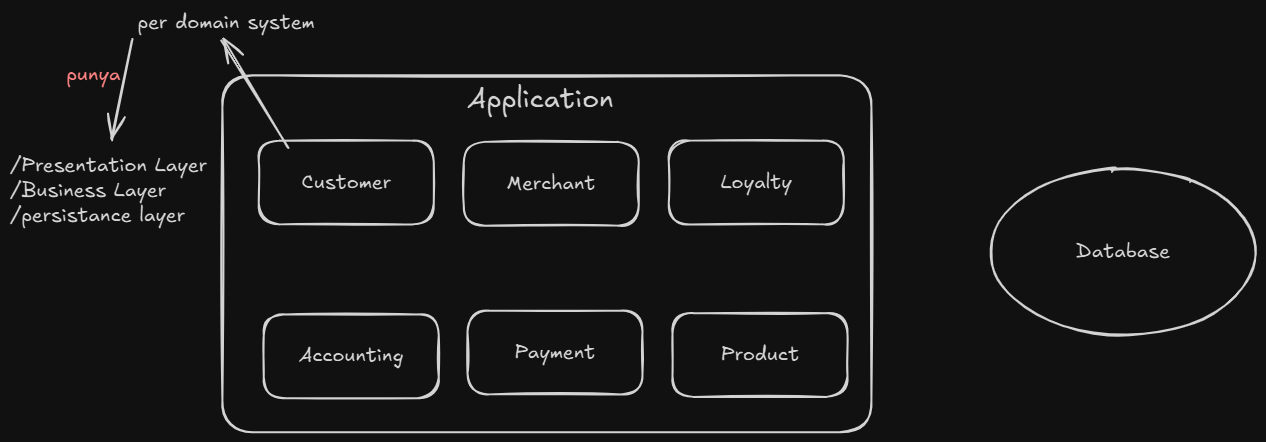
Before: DOMAIN-PARTIONING.excalidraw.png, a diagram exported from Excalidraw (RIOKOWI/software-architecture). Source tidied: one line per element, renumbered; positions are measured from the earlier drawing's top-left corner, leaving out a move shared by most shapes.
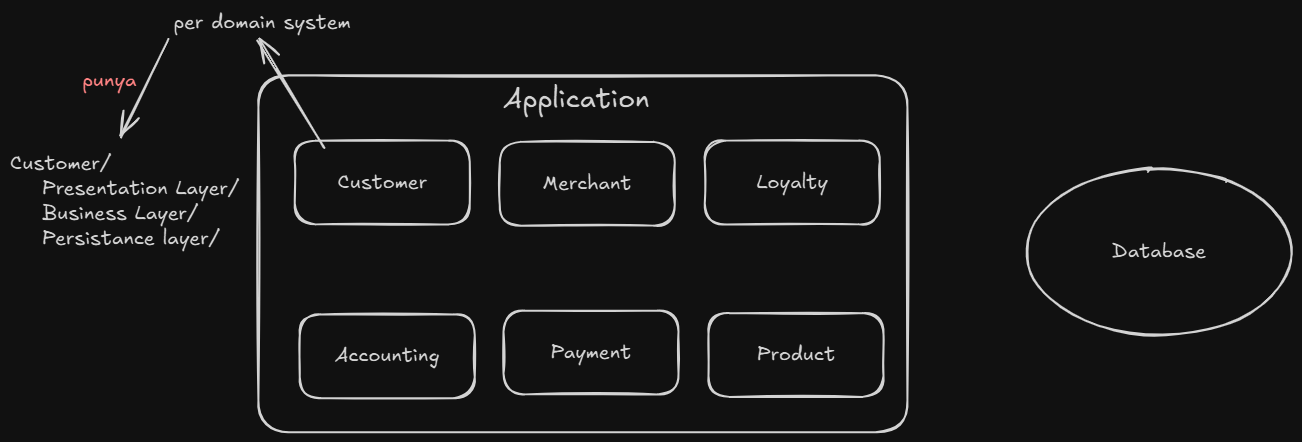
After the change.

Commit message:
docs(layered architecture): drawing layered architecture

The edit, as a diff of the source:
```diff
@@ -16,6 +16,6 @@
 {"id": 15, "type": "text", "text": "Accounting", "strokeColor": "#1e1e1e", "strokeWidth": 2, "roughness": 1, "fontSize": 20, "fontFamily": 5, "textAlign": "center", "verticalAlign": "middle", "inside": 14, "x": 289, "y": 334, "width": 105, "height": 25}
 {"id": 16, "type": "arrow", "strokeColor": "#1e1e1e", "strokeWidth": 2, "roughness": 1, "endArrowhead": "arrow", "round": true, "from": 8, "x": 278, "y": 138, "width": 65, "height": 108, "points": [[0, 0], [-65, -108]]}
 {"id": 17, "type": "text", "text": "per domain system", "strokeColor": "#1e1e1e", "strokeWidth": 2, "roughness": 1, "fontSize": 20, "fontFamily": 5, "x": 128, "y": 0, "width": 177, "height": 25}
-{"id": 18, "type": "arrow", "strokeColor": "#1e1e1e", "strokeWidth": 2, "roughness": 1, "endArrowhead": "arrow", "round": true, "from": 17, "x": 121, "y": 30, "width": 20, "height": 100, "points": [[0, 0], [-20, 100]]}
+{"id": 18, "type": "arrow", "strokeColor": "#1e1e1e", "strokeWidth": 2, "roughness": 1, "endArrowhead": "arrow", "round": true, "from": 17, "to": 20, "x": 121, "y": 30, "width": 47, "height": 97, "points": [[0, 0], [-47, 97]]}
-{"id": 19, "type": "text", "text": "punya", "strokeColor": "#e03131", "strokeWidth": 2, "roughness": 1, "fontSize": 20, "fontFamily": 5, "x": 56, "y": 52, "width": 54, "height": 25}
+{"id": 19, "type": "text", "text": "punya", "strokeColor": "#e03131", "strokeWidth": 2, "roughness": 1, "fontSize": 20, "fontFamily": 5, "x": 36, "y": 58, "width": 54, "height": 25}
-{"id": 20, "type": "text", "text": "/Presentation Layer\n/Business Layer\n/persistance layer", "strokeColor": "#1e1e1e", "strokeWidth": 2, "roughness": 1, "fontSize": 20, "fontFamily": 5, "x": 0, "y": 144, "width": 197, "height": 75}
+{"id": 20, "type": "text", "text": "Customer/\n    Presentation Layer/\n    Business Layer/\n    Persistance layer/", "strokeColor": "#1e1e1e", "strokeWidth": 2, "roughness": 1, "fontSize": 20, "fontFamily": 5, "x": -36, "y": 142, "width": 229, "height": 100}
```
